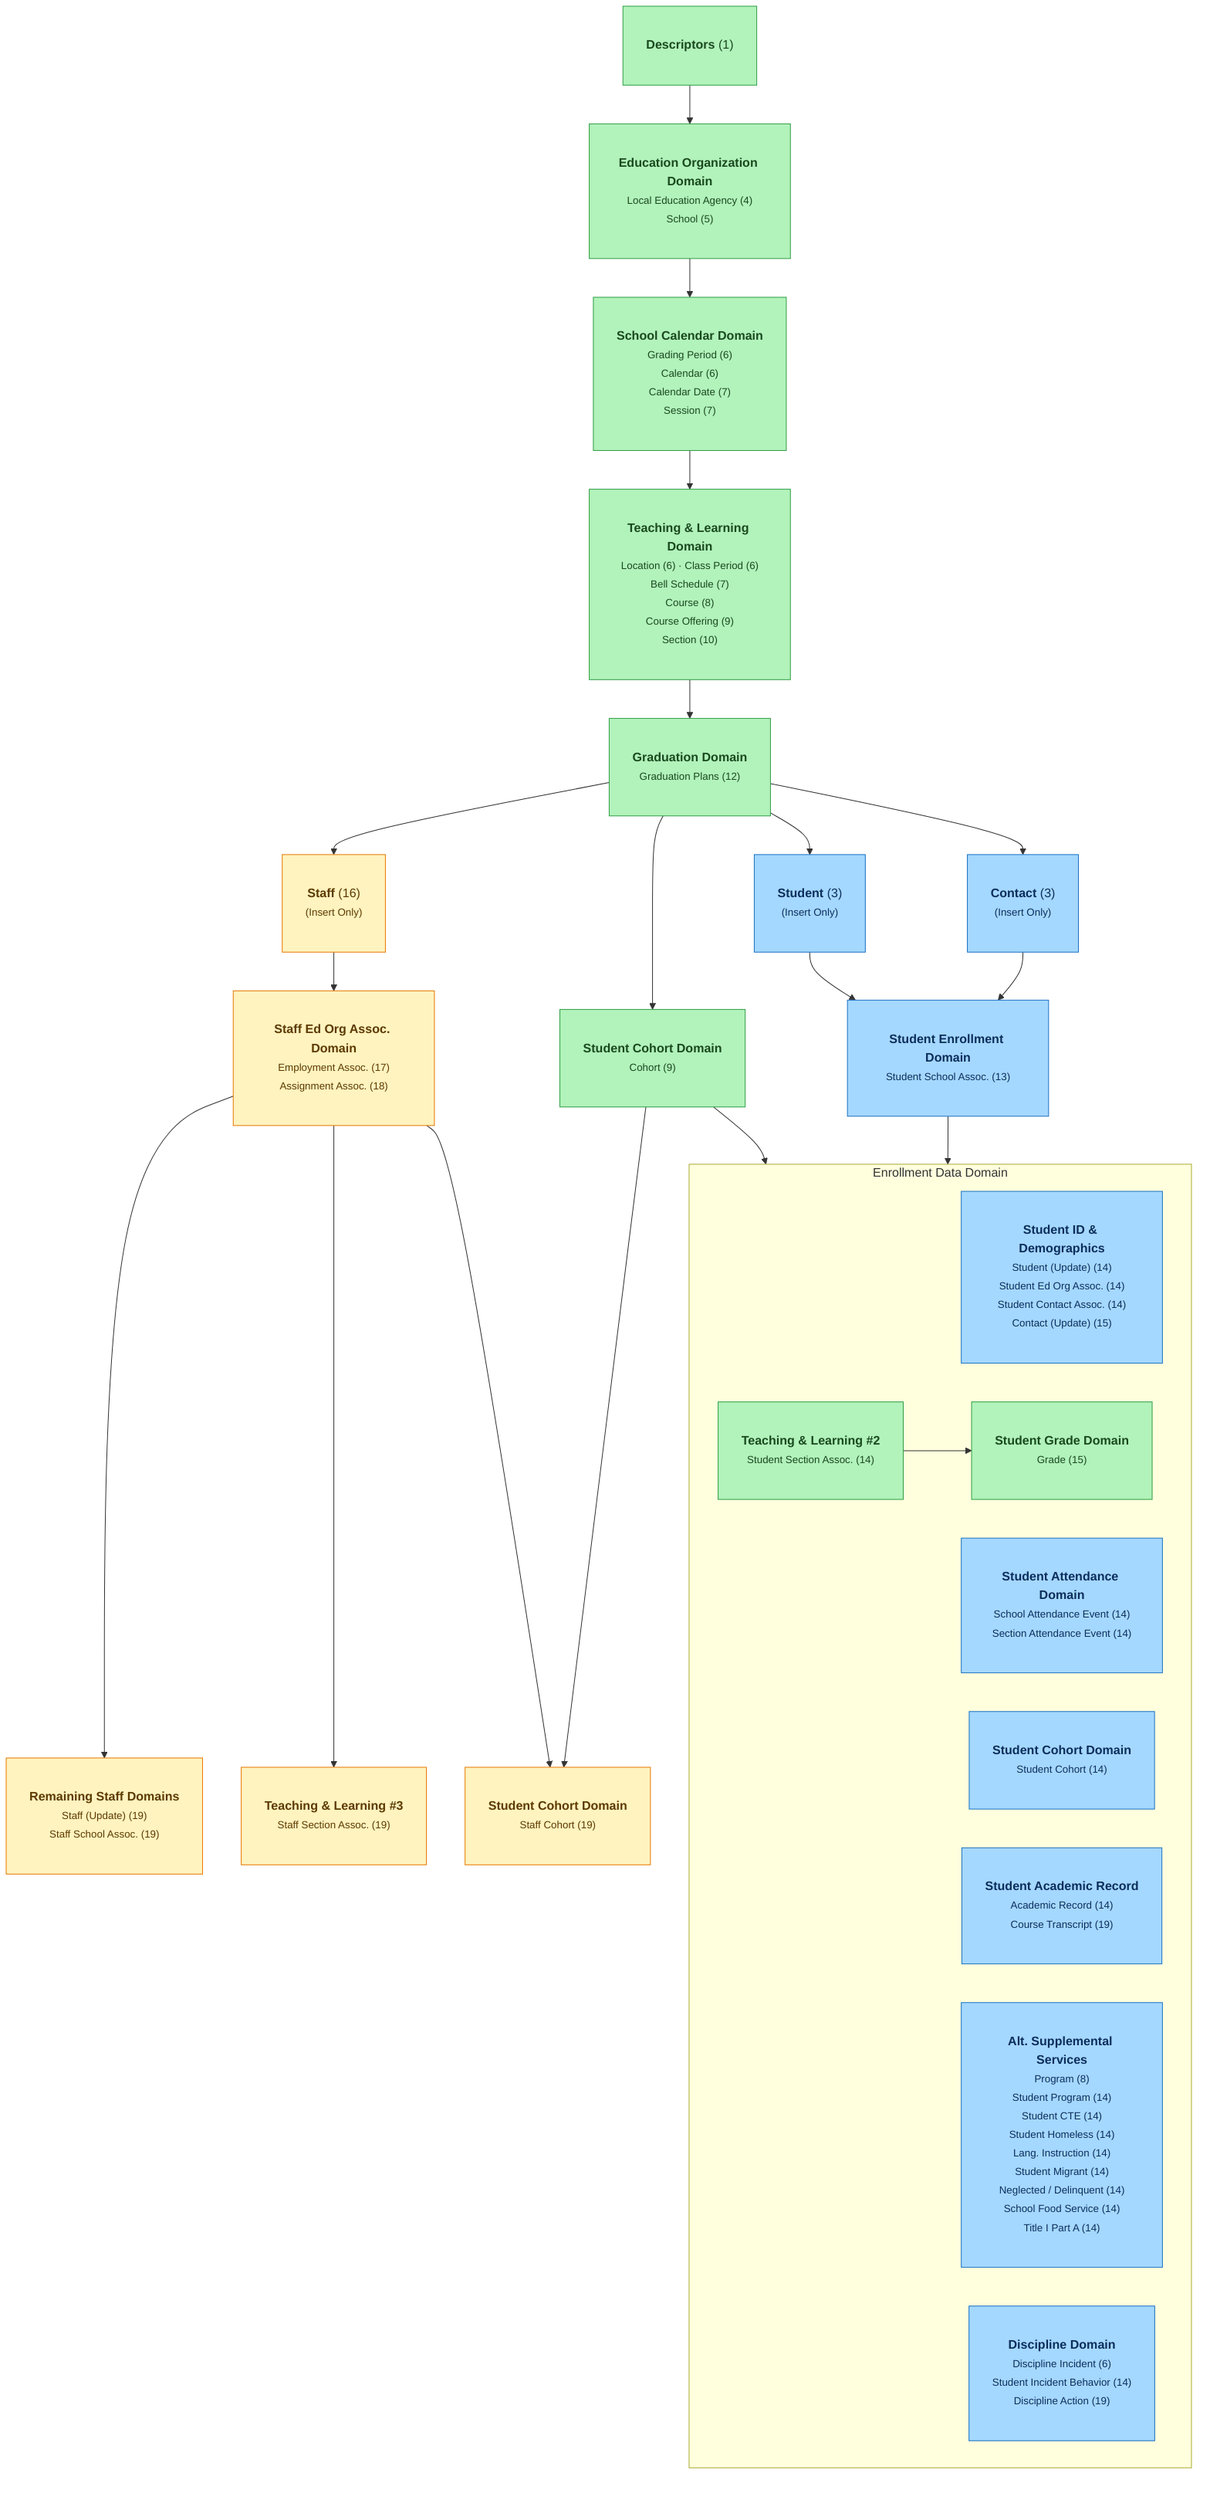
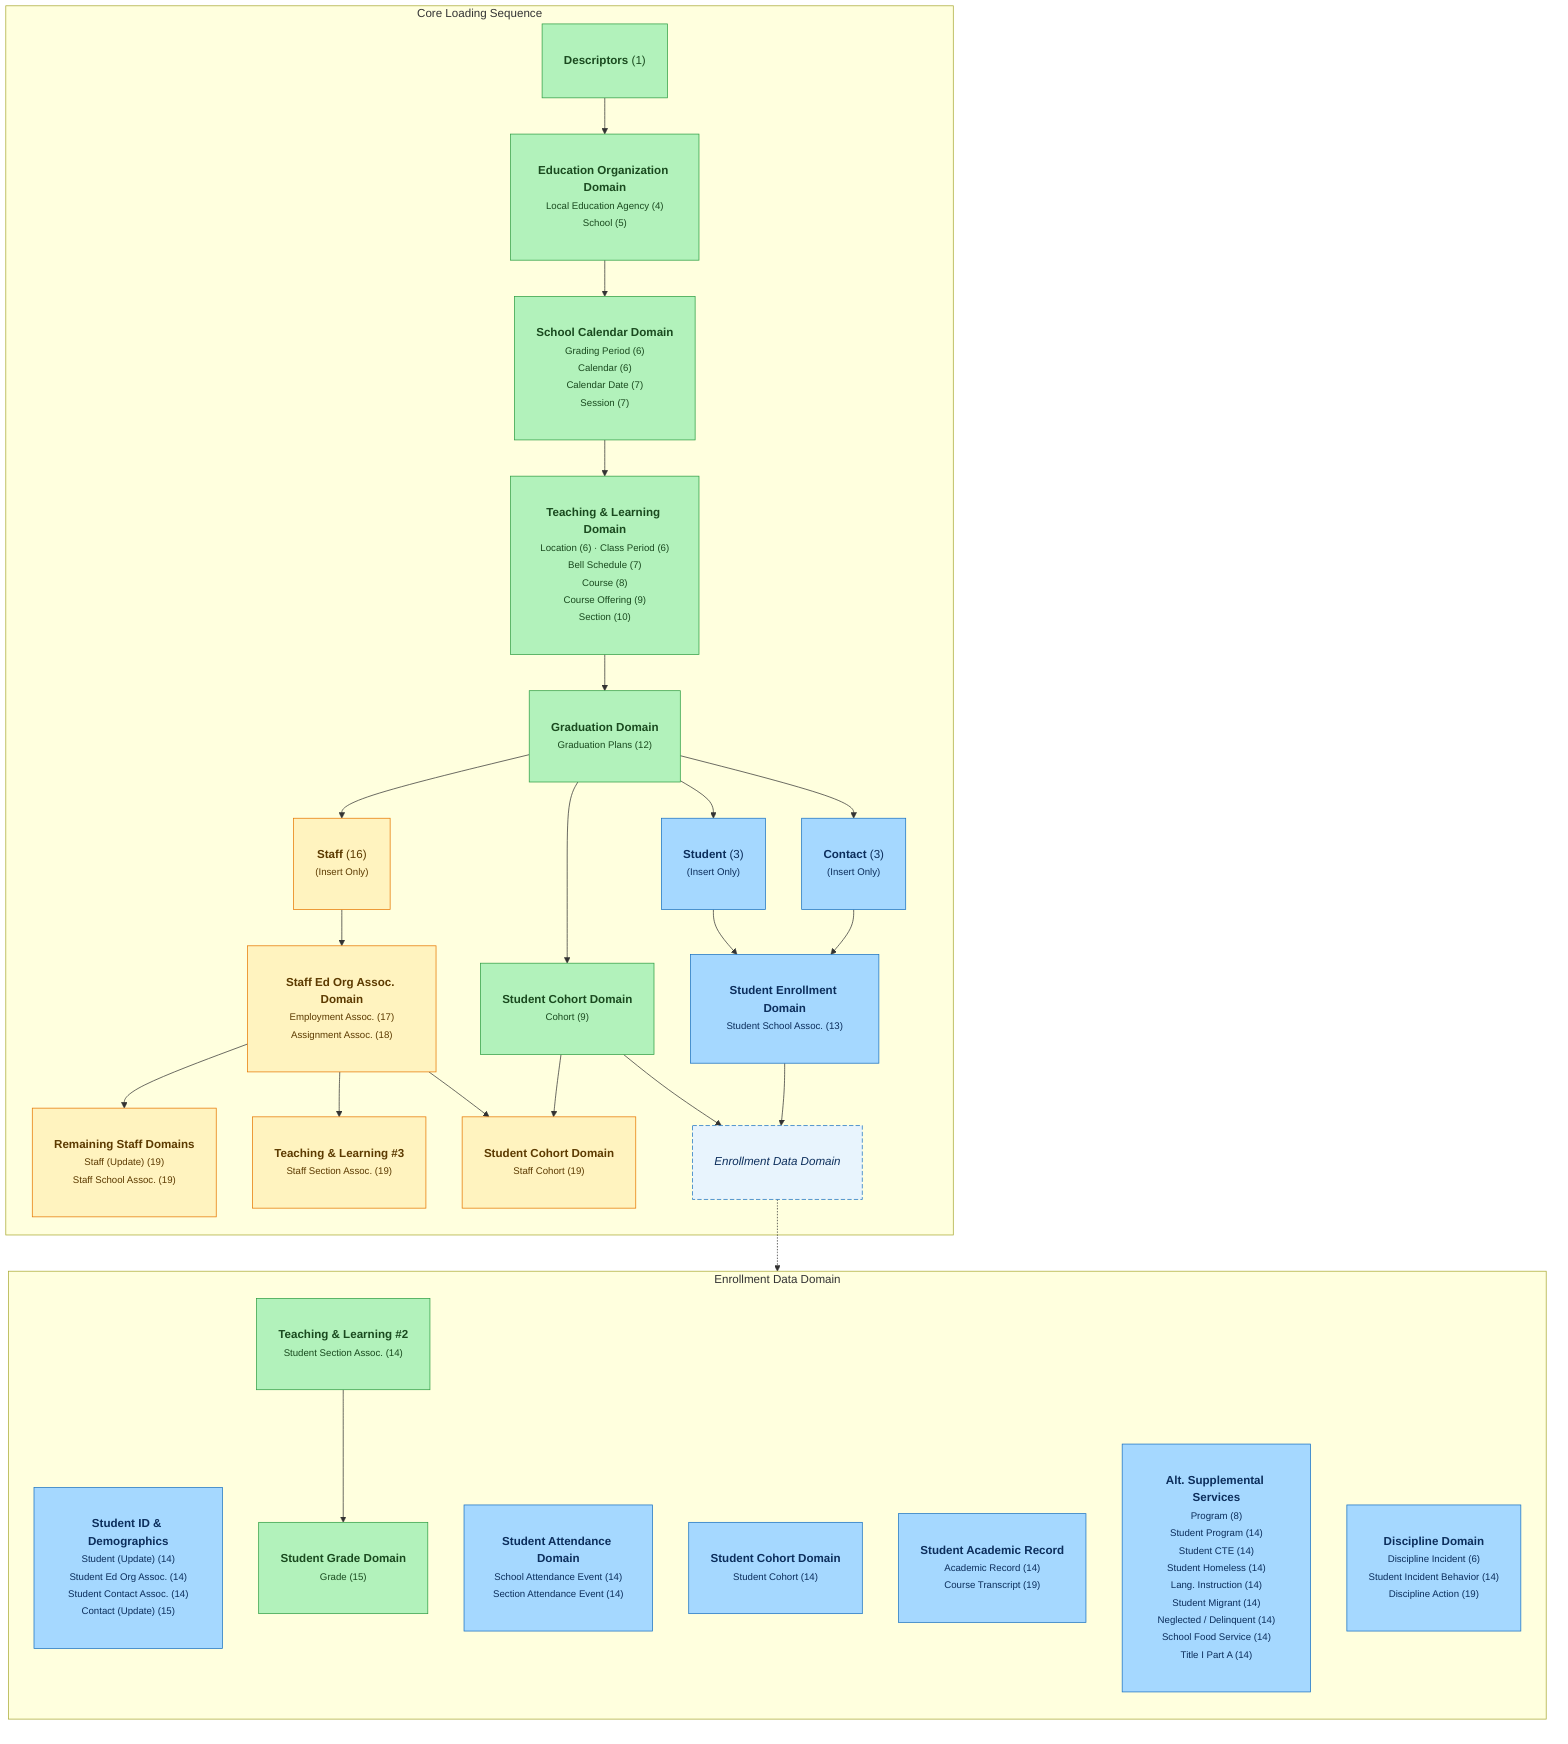
%%{init: { 'flowchart': {'htmlLabels': true} } }%%
flowchart TD
    %% ─── Styles ───────────────────────────────────────────────────
    classDef core    fill:#b2f2bb,stroke:#2f9e44,color:#1a4a1f,padding:10px 16px,border-radius:6px
    classDef student fill:#a5d8ff,stroke:#1971c2,color:#0c2e5c,padding:10px 16px,border-radius:6px
    classDef staff   fill:#fff3bf,stroke:#e67700,color:#5c3a00,padding:10px 16px,border-radius:6px
    classDef supp    fill:#ffc9c9,stroke:#c92a2a,color:#5c0a0a,padding:10px 16px,border-radius:6px
    classDef cohort  fill:#e5dbff,stroke:#6741d9,color:#2a1270,padding:10px 16px,border-radius:6px
+     classDef stub    fill:#e8f4fd,stroke:#1971c2,stroke-dasharray:6 3,color:#0c2e5c,padding:10px 16px,border-radius:6px,font-style:italic

-     %% ─── Tier 1 ───────────────────────────────────────────────────
-     DESC["<b>Descriptors</b> (1)"]:::core
+     %% ─── Core Loading Sequence ────────────────────────────────────
+     subgraph CORE_SEQ["Core Loading Sequence"]
+         DESC["<b>Descriptors</b> (1)"]:::core

-     %% ─── Tier 2 ───────────────────────────────────────────────────
-     EDORG["<b>Education Organization Domain</b><br/><small>Local Education Agency (4)</small><br/><small>School (5)</small>"]:::core
+         EDORG["<b>Education Organization Domain</b><br/><small>Local Education Agency (4)</small><br/><small>School (5)</small>"]:::core

-     %% ─── Tier 3 — parallel ────────────────────────────────────────
-     CAL["<b>School Calendar Domain</b><br/><small>Grading Period (6)</small><br/><small>Calendar (6)</small><br/><small>Calendar Date (7)</small><br/><small>Session (7)</small>"]:::core
+         CAL["<b>School Calendar Domain</b><br/><small>Grading Period (6)</small><br/><small>Calendar (6)</small><br/><small>Calendar Date (7)</small><br/><small>Session (7)</small>"]:::core

-     TL1["<b>Teaching &amp; Learning Domain</b><br/><small>Location (6) · Class Period (6)</small><br/><small>Bell Schedule (7)</small><br/><small>Course (8)</small><br/><small>Course Offering (9)</small><br/><small>Section (10)</small>"]:::core
+         TL1["<b>Teaching &amp; Learning Domain</b><br/><small>Location (6) · Class Period (6)</small><br/><small>Bell Schedule (7)</small><br/><small>Course (8)</small><br/><small>Course Offering (9)</small><br/><small>Section (10)</small>"]:::core

-     %% ─── Tier 4 ───────────────────────────────────────────────────
-     GRAD["<b>Graduation Domain</b><br/><small>Graduation Plans (12)</small>"]:::core
+         GRAD["<b>Graduation Domain</b><br/><small>Graduation Plans (12)</small>"]:::core

-     %% ─── Tier 5 — parallel branches ──────────────────────────────
-     STAFF["<b>Staff</b> (16)<br/><small>(Insert Only)</small>"]:::staff
+         STAFF["<b>Staff</b> (16)<br/><small>(Insert Only)</small>"]:::staff
+         STU["<b>Student</b> (3)<br/><small>(Insert Only)</small>"]:::student
+         CONT["<b>Contact</b> (3)<br/><small>(Insert Only)</small>"]:::student

-     STU["<b>Student</b> (3)<br/><small>(Insert Only)</small>"]:::student
+         STAFFEDORG["<b>Staff Ed Org Assoc. Domain</b><br/><small>Employment Assoc. (17)</small><br/><small>Assignment Assoc. (18)</small>"]:::staff
+         ENROLL["<b>Student Enrollment Domain</b><br/><small>Student School Assoc. (13)</small>"]:::student
+         COH14["<b>Student Cohort Domain</b><br/><small>Cohort (9)</small>"]:::core

-     CONT["<b>Contact</b> (3)<br/><small>(Insert Only)</small>"]:::student
+         STAFFREM["<b>Remaining Staff Domains</b><br/><small>Staff (Update) (19)</small><br/><small>Staff School Assoc. (19)</small>"]:::staff
+         STAFFSEC["<b>Teaching &amp; Learning #3</b><br/><small>Staff Section Assoc. (19)</small>"]:::staff
+         STAFFCOH["<b>Student Cohort Domain</b><br/><small>Staff Cohort (19)</small>"]:::staff

-     %% ─── Tier 6 ───────────────────────────────────────────────────
-     STAFFEDORG["<b>Staff Ed Org Assoc. Domain</b><br/><small>Employment Assoc. (17)</small><br/><small>Assignment Assoc. (18)</small>"]:::staff
+         ENROLL_STUB["<i>Enrollment Data Domain</i>"]:::stub

-     ENROLL["<b>Student Enrollment Domain</b><br/><small>Student School Assoc. (13)</small>"]:::student
+         DESC --> EDORG
+         EDORG --> CAL
+         CAL --> TL1
+         TL1 --> GRAD

-     %% ─── Cohort chain ─────────────────────────────────────────────
-     COH14["<b>Student Cohort Domain</b><br/><small>Cohort (9)</small>"]:::core
+         GRAD --> STAFF
+         GRAD --> COH14
+         GRAD --> STU
+         GRAD --> CONT

-     %% ─── Tier 9 — Staff domains ───────────────────────────────────
-     STAFFREM["<b>Remaining Staff Domains</b><br/><small>Staff (Update) (19)</small><br/><small>Staff School Assoc. (19)</small>"]:::staff
+         STAFF --> STAFFEDORG
+         STU --> ENROLL
+         CONT --> ENROLL

-     STAFFSEC["<b>Teaching &amp; Learning #3</b><br/><small>Staff Section Assoc. (19)</small>"]:::staff
+         STAFFEDORG --> STAFFREM
+         STAFFEDORG --> STAFFSEC
+         STAFFEDORG --> STAFFCOH
+         COH14 --> STAFFCOH

-     STAFFCOH["<b>Student Cohort Domain</b><br/><small>Staff Cohort (19)</small>"]:::staff
+         ENROLL --> ENROLL_STUB
+         COH14 --> ENROLL_STUB
+     end

    %% ─── Enrollment Data Subsystem ────────────────────────────────
    subgraph ENROLL_DATA["Enrollment Data Domain"]
-         direction LR
+         direction TD
        STUDENTID["<b>Student ID &amp; Demographics</b><br/><small>Student (Update) (14)</small><br/><small>Student Ed Org Assoc. (14)</small><br/><small>Student Contact Assoc. (14)</small><br/><small>Contact (Update) (15)</small>"]:::student

        ATT["<b>Student Attendance Domain</b><br/><small>School Attendance Event (14)</small><br/><small>Section Attendance Event (14)</small>"]:::student

        TL2["<b>Teaching &amp; Learning #2</b><br/><small>Student Section Assoc. (14)</small>"]:::core
        GRADE["<b>Student Grade Domain</b><br/><small>Grade (15)</small>"]:::core

        COH_STU["<b>Student Cohort Domain</b><br/><small>Student Cohort (14)</small>"]:::student

        ACADREC["<b>Student Academic Record</b><br/><small>Academic Record (14)</small><br/><small>Course Transcript (19)</small>"]:::student

        ALTSUPP["<b>Alt. Supplemental Services</b><br/><small>Program (8)</small><br/><small>Student Program (14)</small><br/><small>Student CTE (14)</small><br/><small>Student Homeless (14)</small><br/><small>Lang. Instruction (14)</small><br/><small>Student Migrant (14)</small><br/><small>Neglected / Delinquent (14)</small><br/><small>School Food Service (14)</small><br/><small>Title I Part A (14)</small>"]:::student

        DIS14["<b>Discipline Domain</b><br/><small>Discipline Incident (6)</small><br/><small>Student Incident Behavior (14)</small><br/><small>Discipline Action (19)</small>"]:::student

        TL2 --> GRADE
    end

-     %% ─── Connections ───────────────────────────────────────────────
-     DESC --> EDORG
- 
-     EDORG --> CAL
-     CAL --> TL1
-     TL1 --> GRAD
- 
-     GRAD --> STAFF
-     GRAD --> COH14
-     GRAD --> STU
-     GRAD --> CONT
- 
-     STAFF --> STAFFEDORG
-     STU --> ENROLL
-     CONT --> ENROLL
- 
-     ENROLL --> ENROLL_DATA
- 
-     STAFFEDORG --> STAFFREM
-     STAFFEDORG --> STAFFSEC
-     STAFFEDORG --> STAFFCOH
-     COH14 --> ENROLL_DATA
-     COH14 --> STAFFCOH
+     %% ─── Cross-boundary connections ───────────────────────────────
+     ENROLL_STUB -.-> ENROLL_DATA
